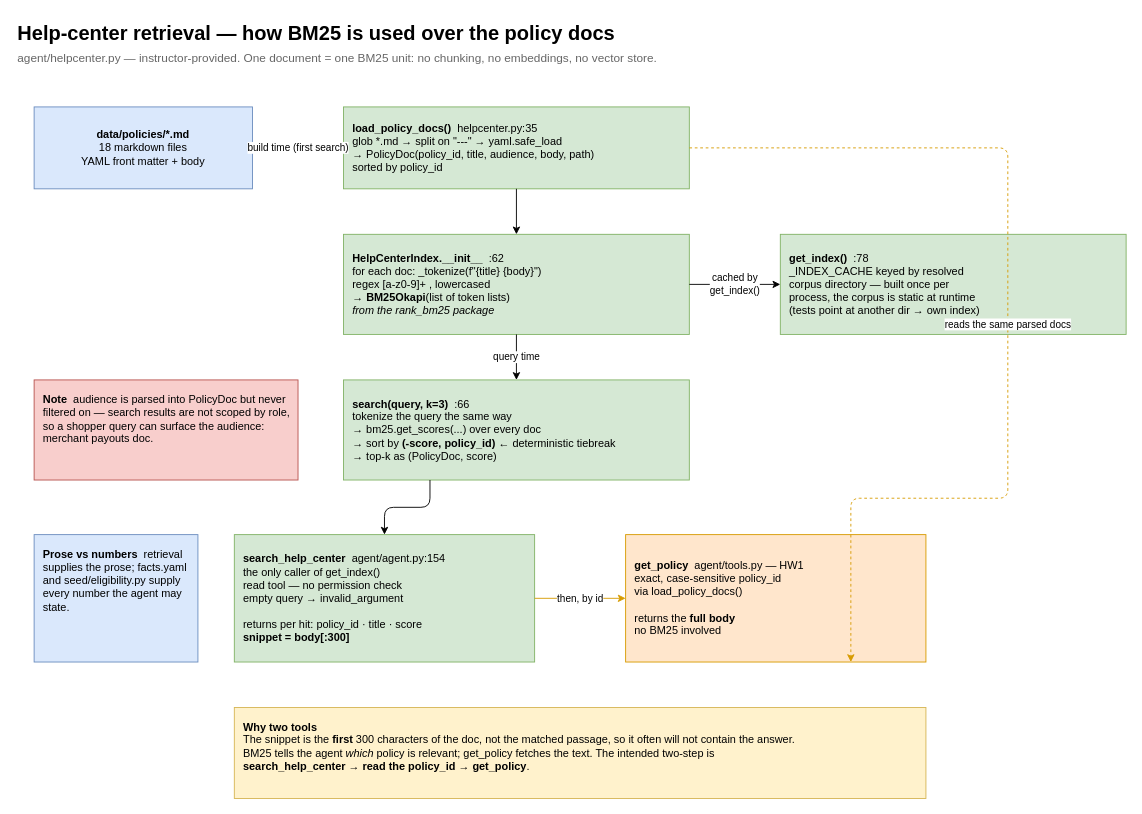
This is page "2 · Help-center retrieval (BM25)" (2 of 4) of architecture.drawio from edangx100/cartwheel-homeworks, a draw.io file, before an edit. Source tidied: cells renumbered, new cells numbered last; positions are measured from the earlier drawing's top-left corner, leaving out a move shared by most shapes. Both pictures are drawn from the tidied source at 91%, with x=0, y=0 at pixel (15, 15).
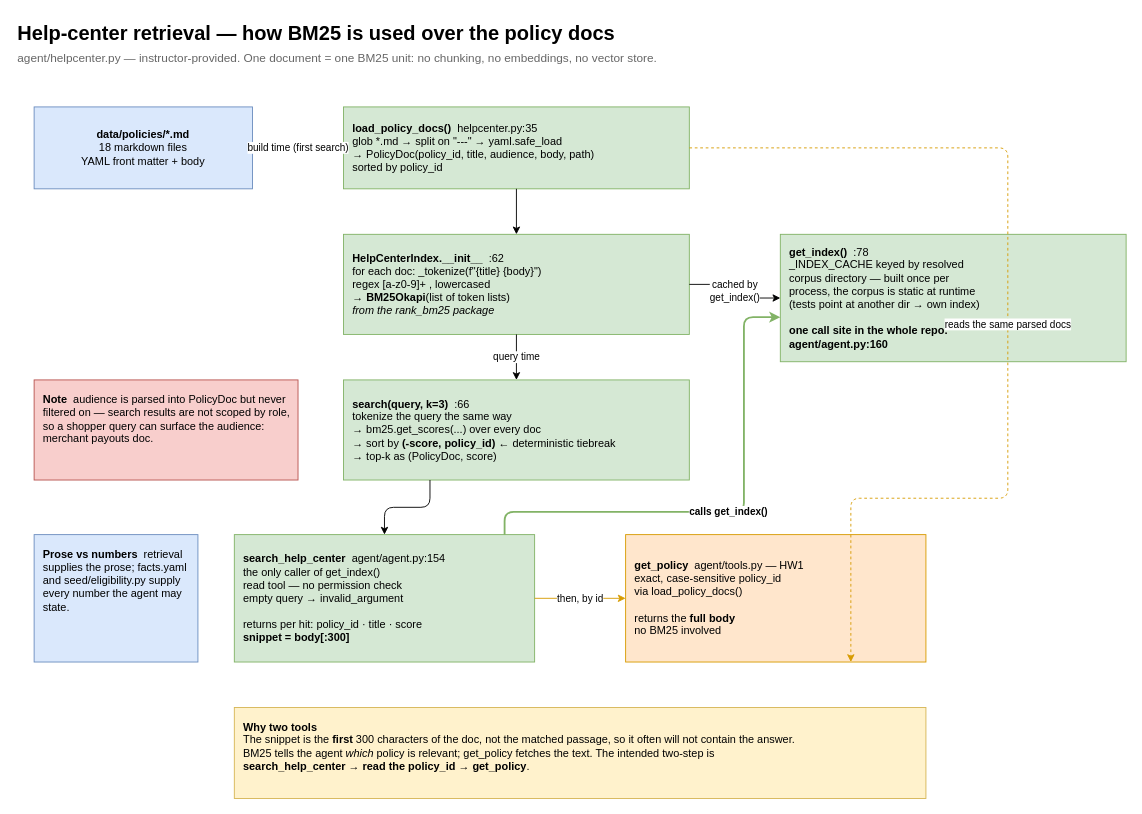
The same diagram, later.

Commit message:
docs: mark the single get_index() call site on the retrieval page

The BM25 path has one entrance. Draw the call edge from
search_help_center back to get_index() and name agent/agent.py:160
in the box, so the diagram shows that nothing else in the repo
builds or fetches the index.

Unchanged cells that the change refers to:
```xml
<mxCell id="9" value="&lt;b&gt;search_help_center&lt;/b&gt;&amp;nbsp; agent/agent.py:154&lt;br&gt;the only caller of get_index()&lt;br&gt;read tool — no permission check&lt;br&gt;empty query → invalid_argument&lt;br&gt;&lt;br&gt;returns per hit: policy_id · title · score&lt;br&gt;&lt;b&gt;snippet = body[:300]&lt;/b&gt;" style="rounded=0;whiteSpace=wrap;html=1;fillColor=#d5e8d4;strokeColor=#82b366;fontSize=12;align=left;spacing=10;" parent="1" vertex="1">
  <mxGeometry x="240" y="570" width="330" height="140" as="geometry" />
</mxCell>
```

What changed in the source:
```diff
@@
-    <mxCell id="7" value="&lt;b&gt;get_index()&lt;/b&gt;&amp;nbsp; :78&lt;br&gt;_INDEX_CACHE keyed by resolved&lt;br&gt;corpus directory — built once per&lt;br&gt;process, the corpus is static at runtime&lt;br&gt;(tests point at another dir → own index)" style="rounded=0;whiteSpace=wrap;html=1;fillColor=#d5e8d4;strokeColor=#82b366;fontSize=12;align=left;spacing=10;" parent="1" vertex="1">
-      <mxGeometry x="840" y="240" width="380" height="110" as="geometry" />
+    <mxCell id="7" value="&lt;b&gt;get_index()&lt;/b&gt;&amp;nbsp; :78&lt;br&gt;_INDEX_CACHE keyed by resolved&lt;br&gt;corpus directory — built once per&lt;br&gt;process, the corpus is static at runtime&lt;br&gt;(tests point at another dir → own index)&lt;br&gt;&lt;br&gt;&lt;b&gt;one call site in the whole repo:&lt;/b&gt;&lt;br&gt;&lt;b&gt;agent/agent.py:160&lt;/b&gt;" style="rounded=0;whiteSpace=wrap;html=1;fillColor=#d5e8d4;strokeColor=#82b366;fontSize=12;align=left;spacing=10;" parent="1" vertex="1">
+      <mxGeometry x="840" y="240" width="380" height="140" as="geometry" />
     </mxCell>
@@
+    <mxCell id="21" value="calls get_index()" style="edgeStyle=orthogonalEdgeStyle;rounded=1;html=1;strokeColor=#82b366;strokeWidth=2;jumpStyle=arc;jumpSize=8;fontSize=11;fontStyle=1;labelBackgroundColor=#ffffff;exitX=0.9;exitY=0;exitDx=0;exitDy=0;entryX=0;entryY=0.65;entryDx=0;entryDy=0;" parent="1" edge="1" source="9" target="7">
+      <mxGeometry relative="1" as="geometry">
+        <Array as="points">
+          <mxPoint x="537" y="545" />
+          <mxPoint x="800" y="545" />
+          <mxPoint x="800" y="331" />
+        </Array>
+      </mxGeometry>
+    </mxCell>
```
